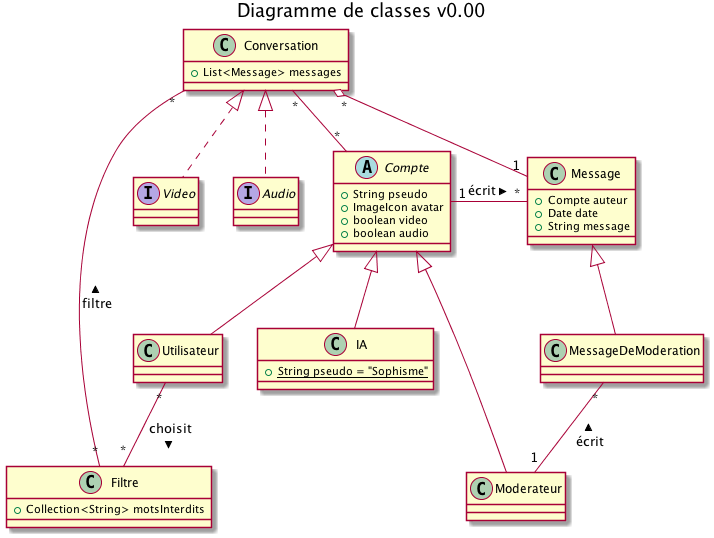
gdarchen/WhatsASI keeps this PlantUML diagram as DC/diagrammes/class-diag.png. Above is the earlier version.
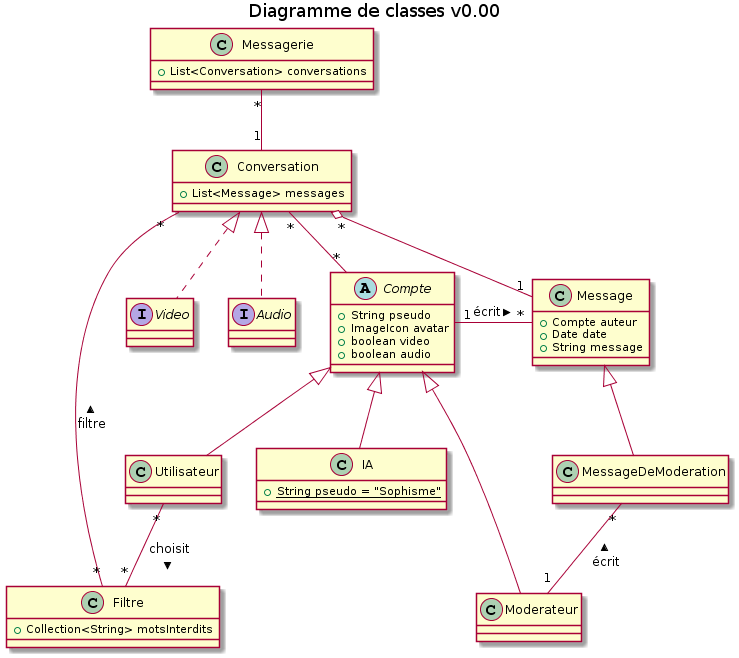
Later version of the same file.

Commit message:
diag class updated

What changed in the source:
```diff
@@ -1,5 +1,9 @@
 @startuml
 title Diagramme de classes v0.00
+
+class Messagerie {
+        +List<Conversation> conversations
+}
 
 abstract class Compte {
 	+String pseudo
@@ -30,6 +34,8 @@
 interface Video
 interface Audio
 
+Messagerie "*" -- "1" Conversation
+
 Compte "*" -- "*" Conversation
 
 Compte <|-- Moderateur
```
